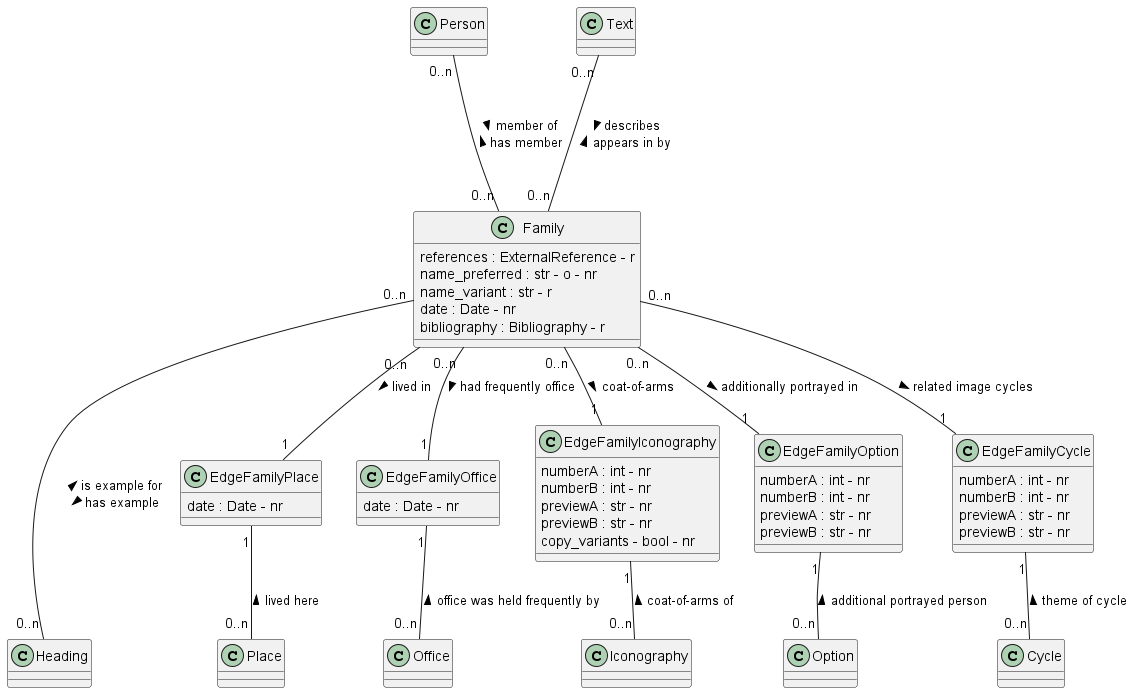
tmasch/bpf_be keeps this PlantUML diagram as documentation/class_diagrams/Family.png. Above is the earlier version.
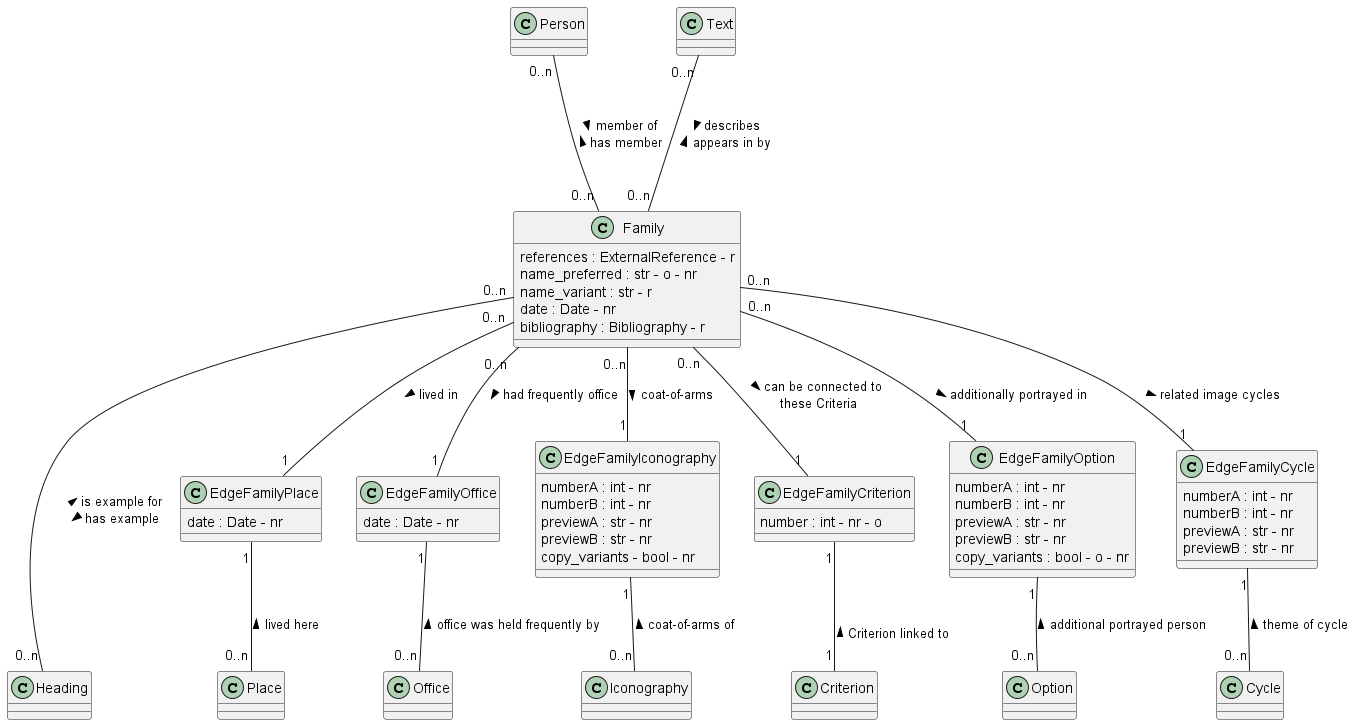
After the change.

What changed in the source:
```diff
@@ -1,4 +1,5 @@
-@startuml
+@startuml Family
+
 class Family
 Family : references : ExternalReference - r
 Family : name_preferred : str - o - nr
@@ -18,6 +19,8 @@
 
 class Iconography
 
+class Criterion
+
 class Option
 
 class Cycle
@@ -35,11 +38,15 @@
 EdgeFamilyIconography : previewB : str - nr
 EdgeFamilyIconography : copy_variants - bool - nr
 
+class EdgeFamilyCriterion
+EdgeFamilyCriterion : number : int - nr - o
+
 class EdgeFamilyOption
 EdgeFamilyOption : numberA : int - nr
 EdgeFamilyOption : numberB : int - nr
 EdgeFamilyOption : previewA : str - nr
 EdgeFamilyOption : previewB : str - nr
+EdgeFamilyOption : copy_variants : bool - o - nr
 
 class EdgeFamilyCycle
 EdgeFamilyCycle : numberA : int - nr
@@ -62,6 +69,9 @@
 Family "0..n" -- "1" EdgeFamilyIconography : coat-of-arms >
 EdgeFamilyIconography "1" -- "0..n" Iconography : coat-of-arms of <
 
+Family "0..n" -- "1" EdgeFamilyCriterion : > can be connected to \n these Criteria
+EdgeFamilyCriterion "1" -- "1" Criterion : \n Criterion linked to <
+
 Family "0..n" -- "1" EdgeFamilyOption : additionally portrayed in >
 EdgeFamilyOption "1" -- "0..n" Option : additional portrayed person <
 
```
